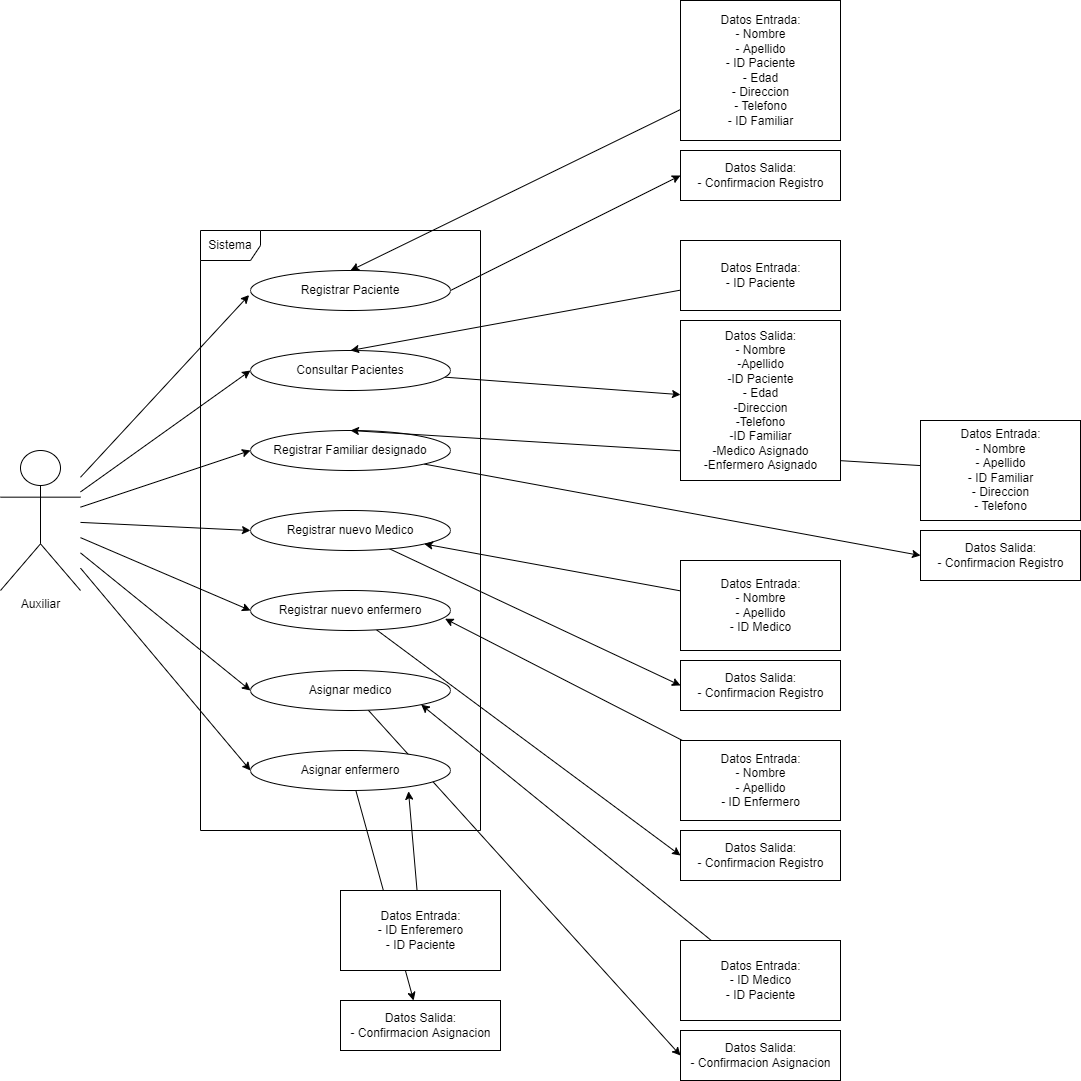
This is UML Auxiliar.png from LeoDavintxi/Hospitalizacion-en-Casa, a draw.io export, as it was before one commit. Source tidied: cells renumbered, new cells last; positions are measured from the earlier drawing's top-left corner, leaving out a move shared by most shapes.
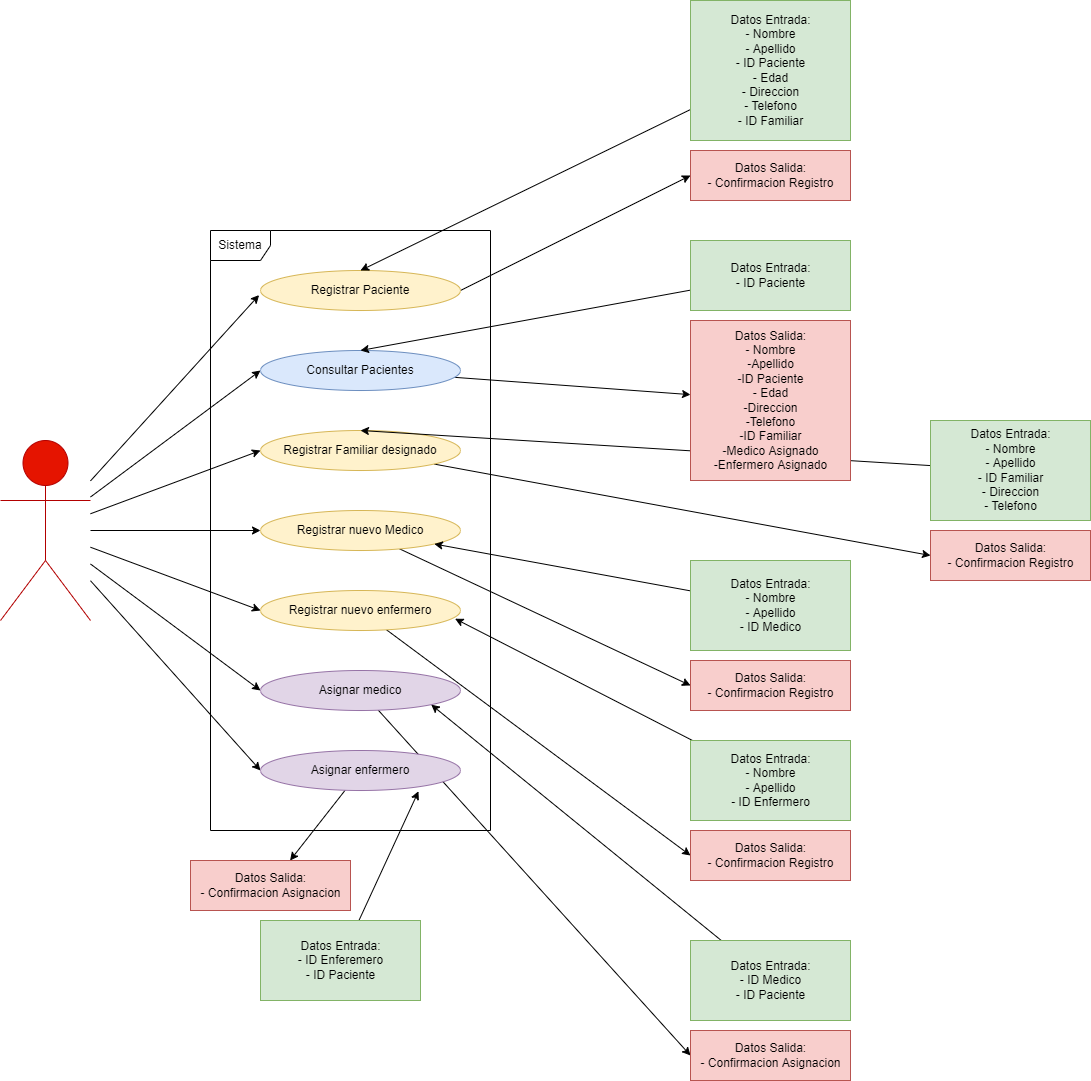
The same diagram one commit later.

Diff of the diagram source:
```diff
@@ -29,113 +29,113 @@
     <mxCell id="10" style="edgeStyle=none;rounded=0;jettySize=auto;html=1;entryX=0;entryY=0.5;entryDx=0;entryDy=0;" parent="1" edge="1" source="11" target="25">
       <mxGeometry relative="1" as="geometry" />
     </mxCell>
-    <mxCell id="11" value="Auxiliar" style="shape=umlActor;verticalLabelPosition=bottom;verticalAlign=top;html=1;" parent="1" vertex="1">
-      <mxGeometry y="450" width="80" height="140" as="geometry" />
+    <mxCell id="11" value="Auxiliar" style="shape=umlActor;verticalLabelPosition=bottom;verticalAlign=top;html=1;fillColor=#e51400;fontColor=#ffffff;strokeColor=#B20000;" parent="1" vertex="1">
+      <mxGeometry x="-10" y="440" width="90" height="180" as="geometry" />
     </mxCell>
     <mxCell id="12" style="edgeStyle=none;rounded=0;jettySize=auto;html=1;entryX=0;entryY=0.5;entryDx=0;entryDy=0;exitX=1;exitY=0.5;exitDx=0;exitDy=0;" parent="1" edge="1" source="13" target="40">
       <mxGeometry relative="1" as="geometry" />
     </mxCell>
-    <mxCell id="13" value="Registrar Paciente" style="ellipse;whiteSpace=wrap;html=1;" parent="1" vertex="1">
+    <mxCell id="13" value="Registrar Paciente" style="ellipse;whiteSpace=wrap;html=1;fillColor=#fff2cc;strokeColor=#d6b656;" parent="1" vertex="1">
       <mxGeometry x="250" y="270" width="200" height="40" as="geometry" />
     </mxCell>
     <mxCell id="14" style="edgeStyle=none;rounded=0;jettySize=auto;html=1;" parent="1" edge="1" source="15" target="41">
       <mxGeometry relative="1" as="geometry" />
     </mxCell>
-    <mxCell id="15" value="Consultar Pacientes" style="ellipse;whiteSpace=wrap;html=1;" parent="1" vertex="1">
+    <mxCell id="15" value="Consultar Pacientes" style="ellipse;whiteSpace=wrap;html=1;fillColor=#dae8fc;strokeColor=#6c8ebf;" parent="1" vertex="1">
       <mxGeometry x="250" y="350" width="200" height="40" as="geometry" />
     </mxCell>
     <mxCell id="16" style="edgeStyle=none;rounded=0;jettySize=auto;html=1;entryX=0;entryY=0.5;entryDx=0;entryDy=0;" parent="1" edge="1" source="17" target="42">
       <mxGeometry relative="1" as="geometry" />
     </mxCell>
-    <mxCell id="17" value="Registrar Familiar designado&lt;br&gt;" style="ellipse;whiteSpace=wrap;html=1;" parent="1" vertex="1">
+    <mxCell id="17" value="Registrar Familiar designado&lt;br&gt;" style="ellipse;whiteSpace=wrap;html=1;fillColor=#fff2cc;strokeColor=#d6b656;" parent="1" vertex="1">
       <mxGeometry x="250" y="430" width="200" height="40" as="geometry" />
     </mxCell>
     <mxCell id="18" style="edgeStyle=none;rounded=0;jettySize=auto;html=1;entryX=0;entryY=0.5;entryDx=0;entryDy=0;" parent="1" edge="1" source="19" target="44">
       <mxGeometry relative="1" as="geometry" />
     </mxCell>
-    <mxCell id="19" value="Registrar nuevo Medico" style="ellipse;whiteSpace=wrap;html=1;" parent="1" vertex="1">
+    <mxCell id="19" value="Registrar nuevo Medico" style="ellipse;whiteSpace=wrap;html=1;fillColor=#fff2cc;strokeColor=#d6b656;" parent="1" vertex="1">
       <mxGeometry x="250" y="510" width="200" height="40" as="geometry" />
     </mxCell>
     <mxCell id="20" style="edgeStyle=none;rounded=0;jettySize=auto;html=1;entryX=0;entryY=0.5;entryDx=0;entryDy=0;" parent="1" edge="1" source="21" target="43">
       <mxGeometry relative="1" as="geometry" />
     </mxCell>
-    <mxCell id="21" value="Registrar nuevo enfermero" style="ellipse;whiteSpace=wrap;html=1;" parent="1" vertex="1">
+    <mxCell id="21" value="Registrar nuevo enfermero" style="ellipse;whiteSpace=wrap;html=1;fillColor=#fff2cc;strokeColor=#d6b656;" parent="1" vertex="1">
       <mxGeometry x="250" y="590" width="200" height="40" as="geometry" />
     </mxCell>
     <mxCell id="22" style="edgeStyle=none;rounded=0;jettySize=auto;html=1;entryX=0;entryY=0.5;entryDx=0;entryDy=0;" parent="1" edge="1" source="23" target="45">
       <mxGeometry relative="1" as="geometry" />
     </mxCell>
-    <mxCell id="23" value="Asignar medico" style="ellipse;whiteSpace=wrap;html=1;" parent="1" vertex="1">
+    <mxCell id="23" value="Asignar medico" style="ellipse;whiteSpace=wrap;html=1;fillColor=#e1d5e7;strokeColor=#9673a6;" parent="1" vertex="1">
       <mxGeometry x="250" y="670" width="200" height="40" as="geometry" />
     </mxCell>
     <mxCell id="24" style="edgeStyle=none;rounded=0;jettySize=auto;html=1;" parent="1" edge="1" source="25" target="46">
       <mxGeometry relative="1" as="geometry" />
     </mxCell>
-    <mxCell id="25" value="Asignar enfermero" style="ellipse;whiteSpace=wrap;html=1;" parent="1" vertex="1">
+    <mxCell id="25" value="Asignar enfermero" style="ellipse;whiteSpace=wrap;html=1;fillColor=#e1d5e7;strokeColor=#9673a6;" parent="1" vertex="1">
       <mxGeometry x="250" y="750" width="200" height="40" as="geometry" />
     </mxCell>
     <mxCell id="26" style="edgeStyle=none;rounded=0;jettySize=auto;html=1;entryX=0.5;entryY=0;entryDx=0;entryDy=0;" parent="1" edge="1" source="27" target="13">
       <mxGeometry relative="1" as="geometry" />
     </mxCell>
-    <mxCell id="27" value="Datos Entrada:&lt;br&gt;- Nombre&lt;br&gt;- Apellido&lt;br&gt;- ID Paciente&lt;br&gt;- Edad&lt;br&gt;- Direccion&lt;br&gt;- Telefono&lt;br&gt;- ID Familiar" style="html=1;" parent="1" vertex="1">
+    <mxCell id="27" value="Datos Entrada:&lt;br&gt;- Nombre&lt;br&gt;- Apellido&lt;br&gt;- ID Paciente&lt;br&gt;- Edad&lt;br&gt;- Direccion&lt;br&gt;- Telefono&lt;br&gt;- ID Familiar" style="html=1;fillColor=#d5e8d4;strokeColor=#82b366;" parent="1" vertex="1">
       <mxGeometry x="680" width="160" height="140" as="geometry" />
     </mxCell>
     <mxCell id="28" style="edgeStyle=none;rounded=0;jettySize=auto;html=1;entryX=0.5;entryY=0;entryDx=0;entryDy=0;" parent="1" edge="1" source="29" target="15">
       <mxGeometry relative="1" as="geometry" />
     </mxCell>
-    <mxCell id="29" value="Datos Entrada:&lt;br&gt;- ID Paciente" style="html=1;" parent="1" vertex="1">
+    <mxCell id="29" value="Datos Entrada:&lt;br&gt;- ID Paciente" style="html=1;fillColor=#d5e8d4;strokeColor=#82b366;" parent="1" vertex="1">
       <mxGeometry x="680" y="240" width="160" height="70" as="geometry" />
     </mxCell>
     <mxCell id="30" style="edgeStyle=none;rounded=0;jettySize=auto;html=1;entryX=0.5;entryY=0;entryDx=0;entryDy=0;" parent="1" edge="1" source="31" target="17">
       <mxGeometry relative="1" as="geometry" />
     </mxCell>
-    <mxCell id="31" value="Datos Entrada:&lt;br&gt;- Nombre&lt;br&gt;- Apellido&lt;br&gt;- ID Familiar&lt;br&gt;- Direccion&lt;br&gt;- Telefono" style="html=1;" parent="1" vertex="1">
+    <mxCell id="31" value="Datos Entrada:&lt;br&gt;- Nombre&lt;br&gt;- Apellido&lt;br&gt;- ID Familiar&lt;br&gt;- Direccion&lt;br&gt;- Telefono" style="html=1;fillColor=#d5e8d4;strokeColor=#82b366;" parent="1" vertex="1">
       <mxGeometry x="920" y="420" width="160" height="100" as="geometry" />
     </mxCell>
     <mxCell id="32" style="edgeStyle=none;rounded=0;jettySize=auto;html=1;" parent="1" edge="1" source="33" target="19">
       <mxGeometry relative="1" as="geometry" />
     </mxCell>
-    <mxCell id="33" value="Datos Entrada:&lt;br&gt;- Nombre&lt;br&gt;- Apellido&lt;br&gt;- ID Medico" style="html=1;" parent="1" vertex="1">
+    <mxCell id="33" value="Datos Entrada:&lt;br&gt;- Nombre&lt;br&gt;- Apellido&lt;br&gt;- ID Medico" style="html=1;fillColor=#d5e8d4;strokeColor=#82b366;" parent="1" vertex="1">
       <mxGeometry x="680" y="560" width="160" height="90" as="geometry" />
     </mxCell>
     <mxCell id="34" style="edgeStyle=none;rounded=0;jettySize=auto;html=1;entryX=0.973;entryY=0.706;entryDx=0;entryDy=0;entryPerimeter=0;" parent="1" edge="1" source="35" target="21">
       <mxGeometry relative="1" as="geometry" />
     </mxCell>
-    <mxCell id="35" value="Datos Entrada:&lt;br&gt;- Nombre&lt;br&gt;- Apellido&lt;br&gt;- ID Enfermero" style="html=1;" parent="1" vertex="1">
+    <mxCell id="35" value="Datos Entrada:&lt;br&gt;- Nombre&lt;br&gt;- Apellido&lt;br&gt;- ID Enfermero" style="html=1;fillColor=#d5e8d4;strokeColor=#82b366;" parent="1" vertex="1">
       <mxGeometry x="680" y="740" width="160" height="80" as="geometry" />
     </mxCell>
     <mxCell id="36" style="edgeStyle=none;rounded=0;jettySize=auto;html=1;entryX=1;entryY=1;entryDx=0;entryDy=0;" parent="1" edge="1" source="37" target="23">
       <mxGeometry relative="1" as="geometry" />
     </mxCell>
-    <mxCell id="37" value="Datos Entrada:&lt;br&gt;- ID Medico&lt;br&gt;- ID Paciente" style="html=1;" parent="1" vertex="1">
+    <mxCell id="37" value="Datos Entrada:&lt;br&gt;- ID Medico&lt;br&gt;- ID Paciente" style="html=1;fillColor=#d5e8d4;strokeColor=#82b366;" parent="1" vertex="1">
       <mxGeometry x="680" y="940" width="160" height="80" as="geometry" />
     </mxCell>
     <mxCell id="38" style="edgeStyle=none;rounded=0;jettySize=auto;html=1;entryX=0.79;entryY=1.02;entryDx=0;entryDy=0;entryPerimeter=0;" parent="1" edge="1" source="39" target="25">
       <mxGeometry relative="1" as="geometry" />
     </mxCell>
-    <mxCell id="39" value="Datos Entrada:&lt;br&gt;- ID Enferemero&lt;br&gt;- ID Paciente" style="html=1;" parent="1" vertex="1">
-      <mxGeometry x="340" y="890" width="160" height="80" as="geometry" />
+    <mxCell id="39" value="Datos Entrada:&lt;br&gt;- ID Enferemero&lt;br&gt;- ID Paciente" style="html=1;fillColor=#d5e8d4;strokeColor=#82b366;" parent="1" vertex="1">
+      <mxGeometry x="250" y="920" width="160" height="80" as="geometry" />
     </mxCell>
-    <mxCell id="40" value="Datos Salida:&lt;br&gt;- Confirmacion Registro" style="html=1;" parent="1" vertex="1">
+    <mxCell id="40" value="Datos Salida:&lt;br&gt;- Confirmacion Registro" style="html=1;fillColor=#f8cecc;strokeColor=#b85450;" parent="1" vertex="1">
       <mxGeometry x="680" y="150" width="160" height="50" as="geometry" />
     </mxCell>
-    <mxCell id="41" value="Datos Salida:&lt;br&gt;- Nombre&lt;br&gt;-Apellido&lt;br&gt;-ID Paciente&lt;br&gt;- Edad&lt;br&gt;-Direccion&lt;br&gt;-Telefono&lt;br&gt;-ID Familiar&lt;br&gt;-Medico Asignado&lt;br&gt;-Enfermero Asignado" style="html=1;" parent="1" vertex="1">
+    <mxCell id="41" value="Datos Salida:&lt;br&gt;- Nombre&lt;br&gt;-Apellido&lt;br&gt;-ID Paciente&lt;br&gt;- Edad&lt;br&gt;-Direccion&lt;br&gt;-Telefono&lt;br&gt;-ID Familiar&lt;br&gt;-Medico Asignado&lt;br&gt;-Enfermero Asignado" style="html=1;fillColor=#f8cecc;strokeColor=#b85450;" parent="1" vertex="1">
       <mxGeometry x="680" y="320" width="160" height="160" as="geometry" />
     </mxCell>
-    <mxCell id="42" value="Datos Salida:&lt;br&gt;- Confirmacion Registro" style="html=1;" parent="1" vertex="1">
+    <mxCell id="42" value="Datos Salida:&lt;br&gt;- Confirmacion Registro" style="html=1;fillColor=#f8cecc;strokeColor=#b85450;" parent="1" vertex="1">
       <mxGeometry x="920" y="530" width="160" height="50" as="geometry" />
     </mxCell>
-    <mxCell id="43" value="Datos Salida:&lt;br&gt;- Confirmacion Registro" style="html=1;" parent="1" vertex="1">
+    <mxCell id="43" value="Datos Salida:&lt;br&gt;- Confirmacion Registro" style="html=1;fillColor=#f8cecc;strokeColor=#b85450;" parent="1" vertex="1">
       <mxGeometry x="680" y="830" width="160" height="50" as="geometry" />
     </mxCell>
-    <mxCell id="44" value="Datos Salida:&lt;br&gt;- Confirmacion Registro" style="html=1;" parent="1" vertex="1">
+    <mxCell id="44" value="Datos Salida:&lt;br&gt;- Confirmacion Registro" style="html=1;fillColor=#f8cecc;strokeColor=#b85450;" parent="1" vertex="1">
       <mxGeometry x="680" y="660" width="160" height="50" as="geometry" />
     </mxCell>
-    <mxCell id="45" value="Datos Salida:&lt;br&gt;- Confirmacion Asignacion" style="html=1;" parent="1" vertex="1">
+    <mxCell id="45" value="Datos Salida:&lt;br&gt;- Confirmacion Asignacion" style="html=1;fillColor=#f8cecc;strokeColor=#b85450;" parent="1" vertex="1">
       <mxGeometry x="680" y="1030" width="160" height="50" as="geometry" />
     </mxCell>
-    <mxCell id="46" value="Datos Salida:&lt;br&gt;- Confirmacion Asignacion" style="html=1;" parent="1" vertex="1">
-      <mxGeometry x="340" y="1000" width="160" height="50" as="geometry" />
+    <mxCell id="46" value="Datos Salida:&lt;br&gt;- Confirmacion Asignacion" style="html=1;fillColor=#f8cecc;strokeColor=#b85450;" parent="1" vertex="1">
+      <mxGeometry x="180" y="860" width="160" height="50" as="geometry" />
     </mxCell>
   </root>
 </mxGraphModel>
```
